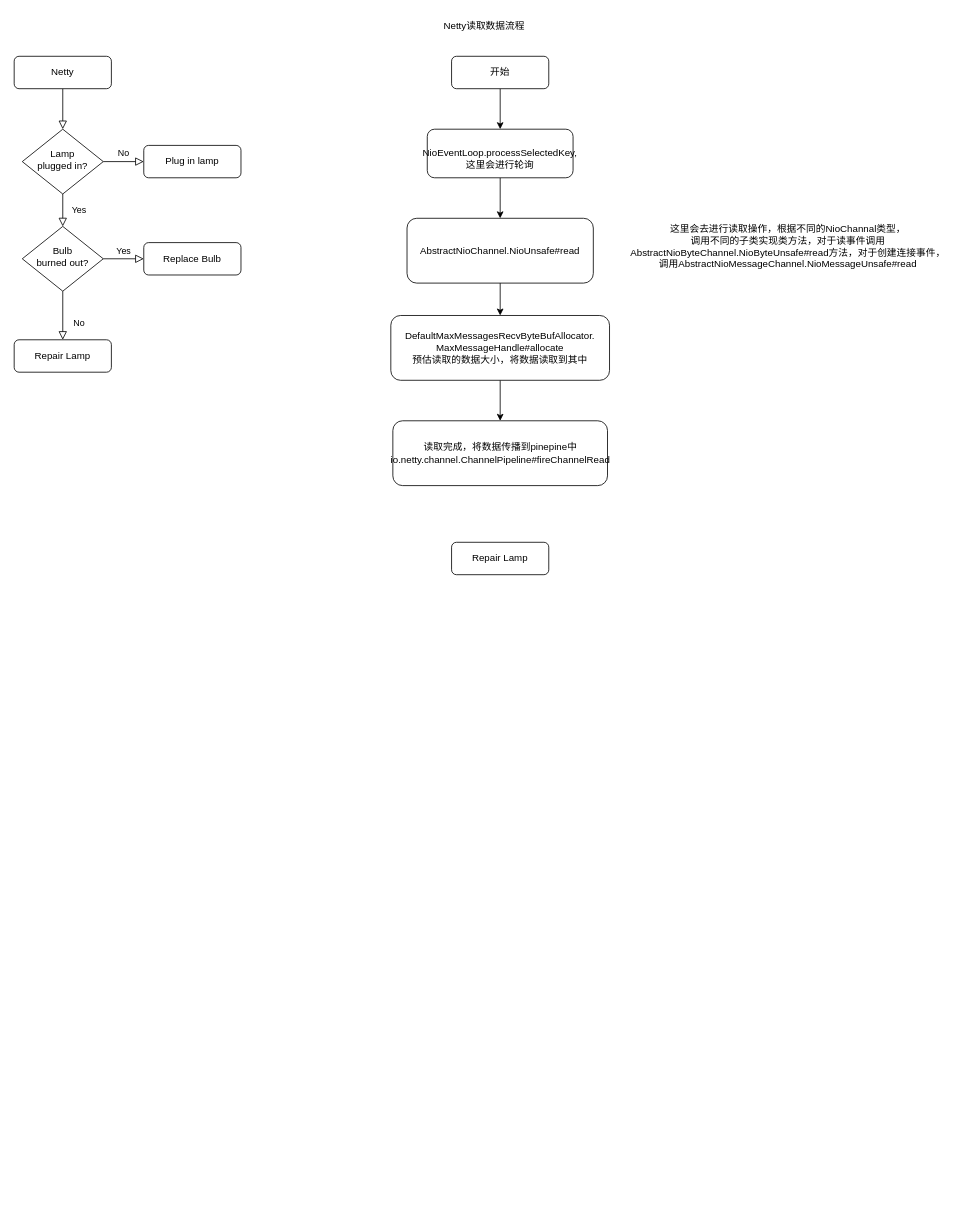
Before: Netty启动.drawio in chenxiOnEarth/diagram, a draw.io diagram. Source tidied: cells renumbered, new cells numbered last; positions are measured from the earlier drawing's top-left corner, leaving out a move shared by most shapes. Both pictures are drawn from the tidied source at 81%, with x=0, y=0 at pixel (14, 14).
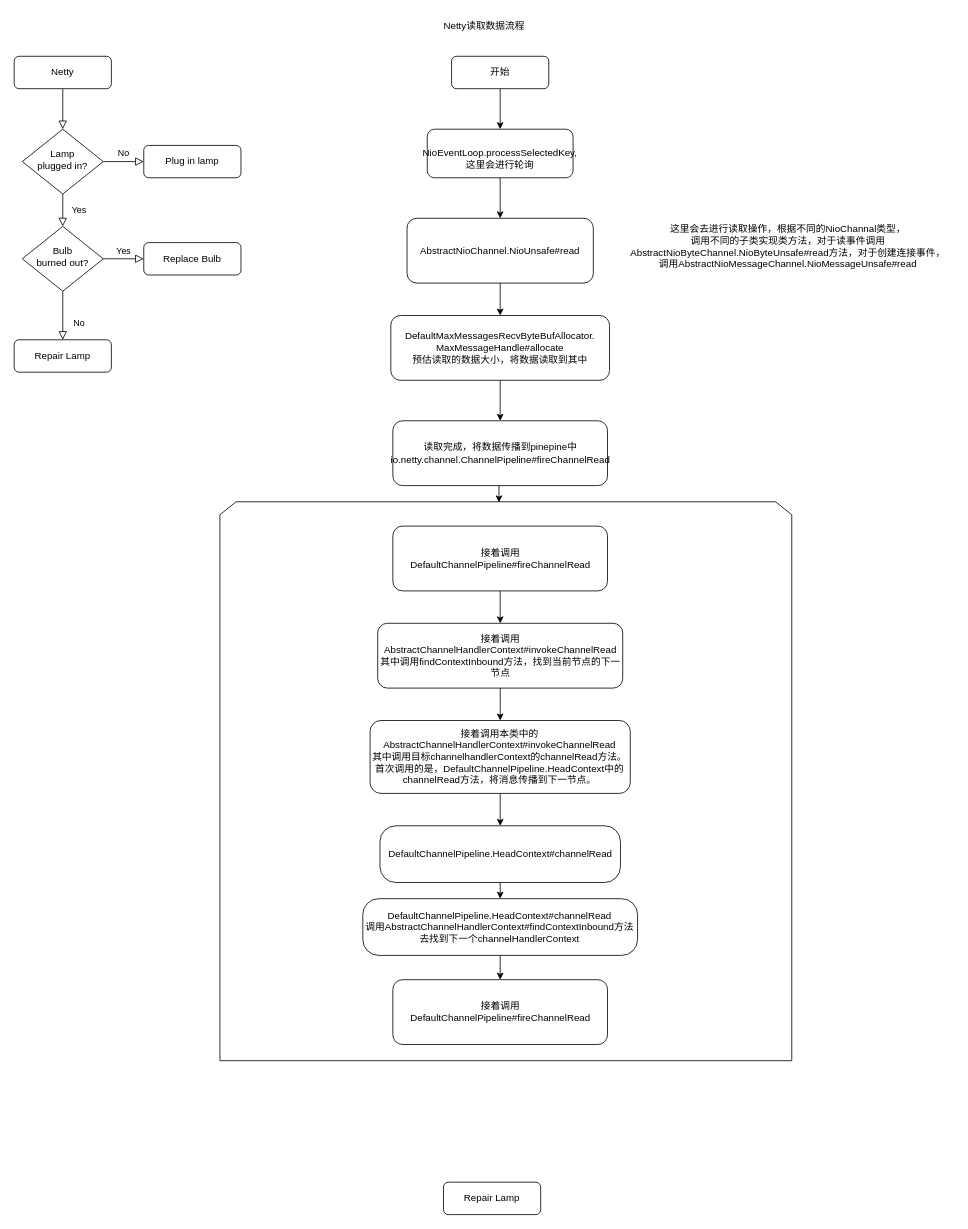
After the change.

The change refers to these unchanged cells:
```xml
<mxCell id="24" value="读取完成，将数据传播到pinepine中io.netty.channel.ChannelPipeline#fireChannelRead" style="whiteSpace=wrap;html=1;rounded=1;" parent="1" vertex="1">
  <mxGeometry x="467.5" y="502" width="265" height="80" as="geometry" />
</mxCell>
```

What changed in the source:
```diff
@@
+    <mxCell id="25" style="shape=loopLimit;whiteSpace=wrap;html=1;" parent="1" vertex="1">
+      <mxGeometry x="254" y="602" width="706" height="690" as="geometry" />
+    </mxCell>
@@
     <mxCell id="17" value="Repair Lamp" style="rounded=1;whiteSpace=wrap;html=1;fontSize=12;glass=0;strokeWidth=1;shadow=0;" parent="1" vertex="1">
-      <mxGeometry x="540" y="652" width="120" height="40" as="geometry" />
+      <mxGeometry x="530" y="1442" width="120" height="40" as="geometry" />
     </mxCell>
@@
+    <mxCell id="26" style="edgeStyle=orthogonalEdgeStyle;rounded=0;jettySize=auto;html=1;exitX=0.5;exitY=1;exitDx=0;exitDy=0;entryX=0.488;entryY=0.001;entryDx=0;entryDy=0;entryPerimeter=0;" parent="1" edge="1" source="24" target="25">
+      <mxGeometry relative="1" as="geometry" />
+    </mxCell>
@@
+    <mxCell id="27" style="edgeStyle=orthogonalEdgeStyle;rounded=0;jettySize=auto;html=1;exitX=0.5;exitY=1;exitDx=0;exitDy=0;entryX=0.5;entryY=0;entryDx=0;entryDy=0;" parent="1" edge="1" source="28" target="30">
+      <mxGeometry relative="1" as="geometry" />
+    </mxCell>
+    <mxCell id="28" value="接着调用DefaultChannelPipeline#fireChannelRead" style="whiteSpace=wrap;html=1;rounded=1;" parent="1" vertex="1">
+      <mxGeometry x="467.5" y="632" width="265" height="80" as="geometry" />
+    </mxCell>
+    <mxCell id="29" style="edgeStyle=orthogonalEdgeStyle;rounded=0;jettySize=auto;html=1;exitX=0.5;exitY=1;exitDx=0;exitDy=0;entryX=0.5;entryY=0;entryDx=0;entryDy=0;" parent="1" edge="1" source="30" target="32">
+      <mxGeometry relative="1" as="geometry" />
+    </mxCell>
+    <mxCell id="30" value="接着调用AbstractChannelHandlerContext#invokeChannelRead&lt;br&gt;其中调用findContextInbound方法，找到当前节点的下一节点" style="whiteSpace=wrap;html=1;rounded=1;" parent="1" vertex="1">
+      <mxGeometry x="448.8" y="752" width="302.5" height="80" as="geometry" />
+    </mxCell>
+    <mxCell id="31" style="edgeStyle=orthogonalEdgeStyle;rounded=0;jettySize=auto;html=1;" parent="1" edge="1" source="32" target="34">
+      <mxGeometry relative="1" as="geometry" />
+    </mxCell>
+    <mxCell id="32" value="接着调用本类中的AbstractChannelHandlerContext#invokeChannelRead&lt;br&gt;其中调用目标channelhandlerContext的channelRead方法。首次调用的是，DefaultChannelPipeline.HeadContext中的channelRead方法，将消息传播到下一节点。" style="whiteSpace=wrap;html=1;rounded=1;" parent="1" vertex="1">
+      <mxGeometry x="439.4" y="872" width="321.2" height="90" as="geometry" />
+    </mxCell>
+    <mxCell id="33" style="edgeStyle=orthogonalEdgeStyle;rounded=0;jettySize=auto;html=1;exitX=0.5;exitY=1;exitDx=0;exitDy=0;entryX=0.5;entryY=0;entryDx=0;entryDy=0;" parent="1" edge="1" source="34" target="36">
+      <mxGeometry relative="1" as="geometry" />
+    </mxCell>
+    <mxCell id="34" value="DefaultChannelPipeline.HeadContext#channelRead" style="whiteSpace=wrap;html=1;rounded=1;arcSize=28;" parent="1" vertex="1">
+      <mxGeometry x="451.6" y="1002" width="296.9" height="70" as="geometry" />
+    </mxCell>
+    <mxCell id="35" style="edgeStyle=orthogonalEdgeStyle;rounded=0;jettySize=auto;html=1;exitX=0.5;exitY=1;exitDx=0;exitDy=0;entryX=0.5;entryY=0;entryDx=0;entryDy=0;" parent="1" edge="1" source="36" target="37">
+      <mxGeometry relative="1" as="geometry" />
+    </mxCell>
+    <mxCell id="36" value="DefaultChannelPipeline.HeadContext#channelRead&lt;br&gt;调用AbstractChannelHandlerContext#findContextInbound方法&lt;br&gt;去找到下一个channelHandlerContext" style="whiteSpace=wrap;html=1;rounded=1;arcSize=28;" parent="1" vertex="1">
+      <mxGeometry x="430.4" y="1092" width="339.2" height="70" as="geometry" />
+    </mxCell>
+    <mxCell id="37" value="接着调用DefaultChannelPipeline#fireChannelRead" style="whiteSpace=wrap;html=1;rounded=1;" parent="1" vertex="1">
+      <mxGeometry x="467.5" y="1192" width="265" height="80" as="geometry" />
+    </mxCell>
```
